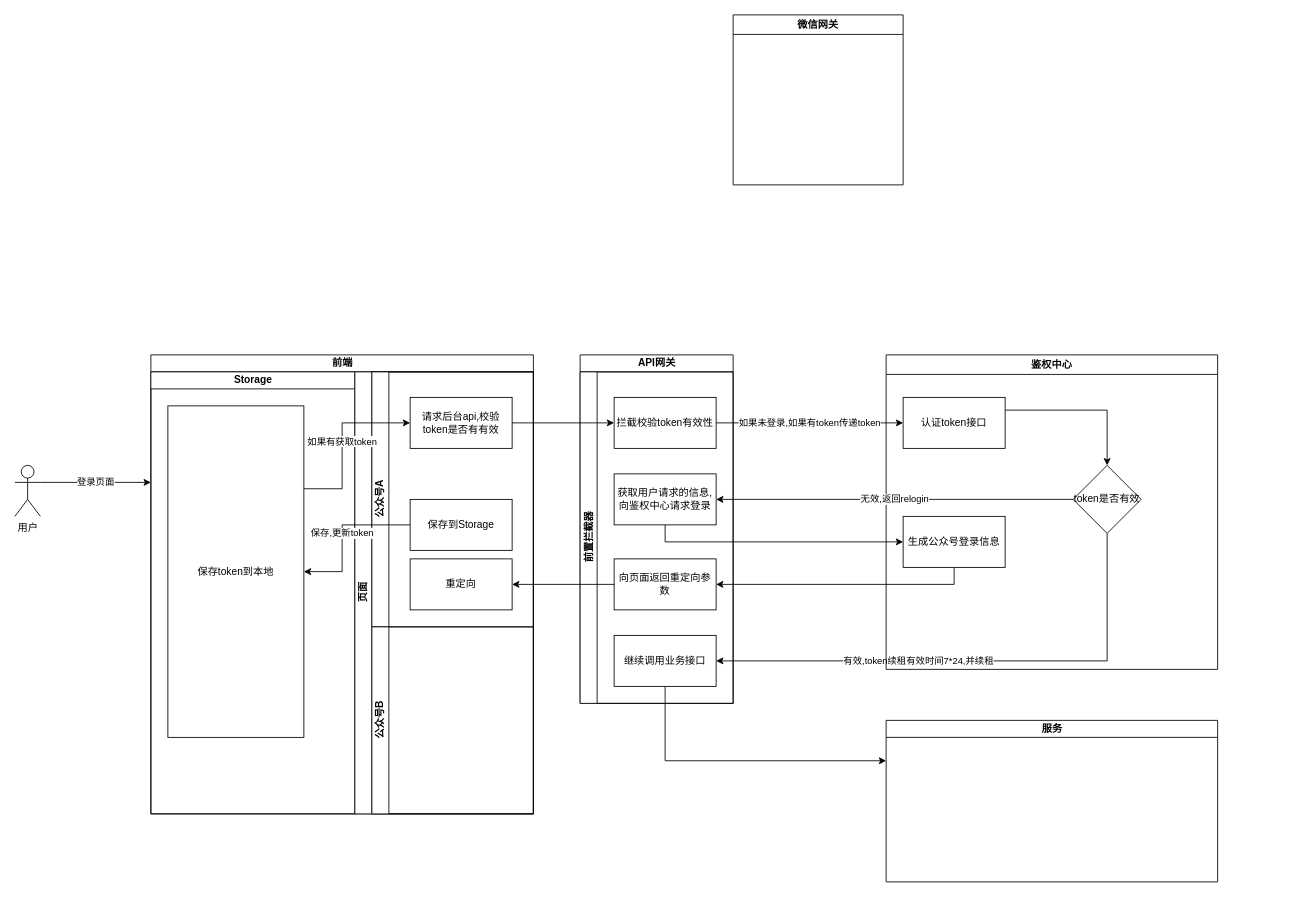
The draw.io diagram StudyDemo/src/单点登录流程图.drawio in keyeze/StudyPlace, before the edit. Source tidied: cells renumbered, new cells numbered last; positions are measured from the earlier drawing's top-left corner, leaving out a move shared by most shapes. Both pictures are drawn from the tidied source at 85%, with x=0, y=0 at pixel (14, 14).
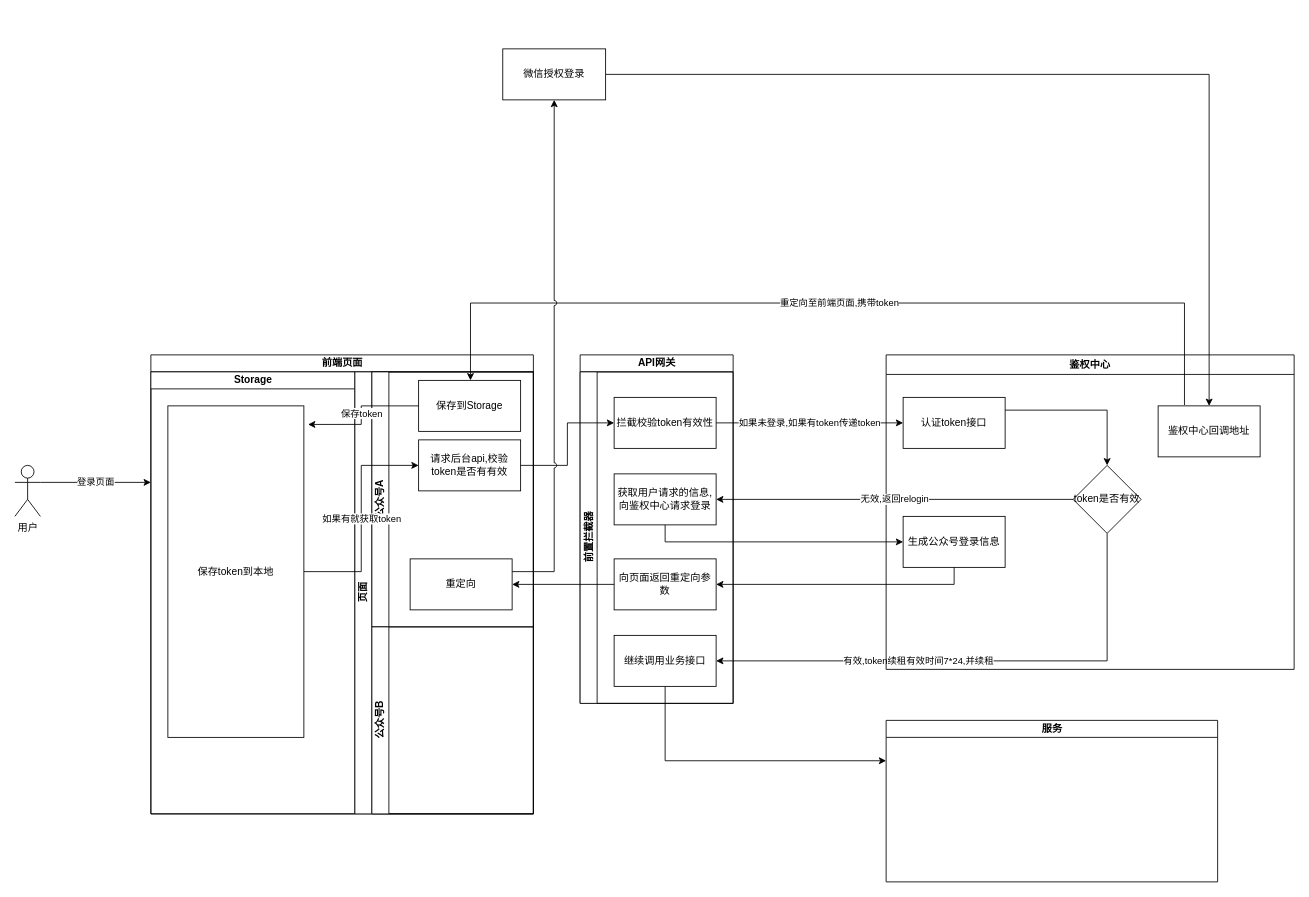
The same page after the edit.

Commit message:
更新单点登录流程图.drawio

The change refers to these unchanged cells:
```xml
<mxCell id="20" value="保存token到本地" style="rounded=0;whiteSpace=wrap;html=1;" parent="19" vertex="1">
  <mxGeometry x="20" y="40" width="160" height="390" as="geometry" />
</mxCell>
<mxCell id="22" value="公众号A" style="swimlane;html=1;startSize=20;horizontal=0;" parent="21" vertex="1">
  <mxGeometry x="20" width="190" height="300" as="geometry" />
</mxCell>
<mxCell id="25" value="重定向" style="rounded=0;whiteSpace=wrap;html=1;" parent="22" vertex="1">
  <mxGeometry x="45" y="220" width="120" height="60" as="geometry" />
</mxCell>
```

The edit, as a diff of the source:
```diff
@@
     <mxCell id="12" value="鉴权中心" style="swimlane;" parent="1" vertex="1">
-      <mxGeometry x="1025" y="400" width="390" height="370" as="geometry" />
+      <mxGeometry x="1025" y="400" width="480" height="370" as="geometry" />
     </mxCell>
@@
-    <mxCell id="17" value="微信网关" style="swimlane;" parent="1" vertex="1">
-      <mxGeometry x="845" width="200" height="200" as="geometry" />
-    </mxCell>
+    <mxCell id="36" value="鉴权中心回调地址" style="rounded=0;whiteSpace=wrap;html=1;" parent="12" vertex="1">
+      <mxGeometry x="320" y="60" width="120" height="60" as="geometry" />
+    </mxCell>
-    <mxCell id="18" value="前端" style="swimlane;html=1;startSize=20;" parent="1" vertex="1">
+    <mxCell id="18" value="前端页面" style="swimlane;html=1;startSize=20;" parent="1" vertex="1">
       <mxGeometry x="160" y="400" width="450" height="540" as="geometry" />
     </mxCell>
@@
     <mxCell id="23" value="保存到Storage" style="rounded=0;whiteSpace=wrap;html=1;" parent="22" vertex="1">
-      <mxGeometry x="45" y="150" width="120" height="60" as="geometry" />
+      <mxGeometry x="55" y="10" width="120" height="60" as="geometry" />
     </mxCell>
     <mxCell id="24" value="请求后台api,校验token是否有有效" style="rounded=0;whiteSpace=wrap;html=1;" parent="22" vertex="1">
-      <mxGeometry x="45" y="30" width="120" height="60" as="geometry" />
+      <mxGeometry x="55" y="80" width="120" height="60" as="geometry" />
     </mxCell>
@@
-    <mxCell id="27" value="保存,更新token" style="edgeStyle=orthogonalEdgeStyle;rounded=0;jettySize=auto;html=1;exitX=0;exitY=0.5;exitDx=0;exitDy=0;entryX=1;entryY=0.5;entryDx=0;entryDy=0;" parent="18" edge="1" source="23" target="20">
-      <mxGeometry relative="1" as="geometry">
-        <Array as="points">
-          <mxPoint x="225" y="200" />
-          <mxPoint x="225" y="255" />
-        </Array>
-      </mxGeometry>
+    <mxCell id="27" value="保存token" style="edgeStyle=orthogonalEdgeStyle;rounded=0;jumpStyle=arc;jettySize=auto;html=1;exitX=0;exitY=0.5;exitDx=0;exitDy=0;entryX=1.031;entryY=0.056;entryDx=0;entryDy=0;entryPerimeter=0;" parent="18" edge="1" source="23" target="20">
+      <mxGeometry relative="1" as="geometry" />
     </mxCell>
-    <mxCell id="28" value="如果有获取token" style="edgeStyle=orthogonalEdgeStyle;rounded=0;jettySize=auto;html=1;exitX=1;exitY=0.25;exitDx=0;exitDy=0;entryX=0;entryY=0.5;entryDx=0;entryDy=0;" parent="18" edge="1" source="20" target="24">
-      <mxGeometry relative="1" as="geometry">
-        <Array as="points">
-          <mxPoint x="225" y="158" />
-          <mxPoint x="225" y="80" />
-        </Array>
-      </mxGeometry>
+    <mxCell id="28" value="如果有就获取token" style="edgeStyle=orthogonalEdgeStyle;rounded=0;jumpStyle=arc;jettySize=auto;html=1;exitX=1;exitY=0.5;exitDx=0;exitDy=0;entryX=0;entryY=0.5;entryDx=0;entryDy=0;" parent="18" edge="1" source="20" target="24">
+      <mxGeometry relative="1" as="geometry" />
     </mxCell>
@@
+    <mxCell id="37" style="edgeStyle=orthogonalEdgeStyle;rounded=0;jumpStyle=arc;jettySize=auto;html=1;exitX=1;exitY=0.5;exitDx=0;exitDy=0;entryX=0.5;entryY=0;entryDx=0;entryDy=0;" parent="1" edge="1" source="38" target="36">
+      <mxGeometry relative="1" as="geometry" />
+    </mxCell>
+    <mxCell id="38" value="微信授权登录" style="rounded=0;whiteSpace=wrap;html=1;" parent="1" vertex="1">
+      <mxGeometry x="574" y="40" width="121" height="60" as="geometry" />
+    </mxCell>
+    <mxCell id="39" value="重定向至前端页面,携带token" style="edgeStyle=orthogonalEdgeStyle;rounded=0;jumpStyle=arc;orthogonalLoop=1;jettySize=auto;html=1;" parent="1" edge="1">
+      <mxGeometry relative="1" as="geometry">
+        <mxPoint x="1376" y="459" as="sourcePoint" />
+        <mxPoint x="536" y="430" as="targetPoint" />
+        <Array as="points">
+          <mxPoint x="1376" y="339" />
+          <mxPoint x="536" y="339" />
+          <mxPoint x="536" y="430" />
+        </Array>
+      </mxGeometry>
+    </mxCell>
+    <mxCell id="40" style="edgeStyle=orthogonalEdgeStyle;rounded=0;jumpStyle=arc;jettySize=auto;html=1;exitX=1;exitY=0.25;exitDx=0;exitDy=0;entryX=0.5;entryY=1;entryDx=0;entryDy=0;" parent="1" edge="1" source="25" target="38">
+      <mxGeometry relative="1" as="geometry" />
+    </mxCell>
```
